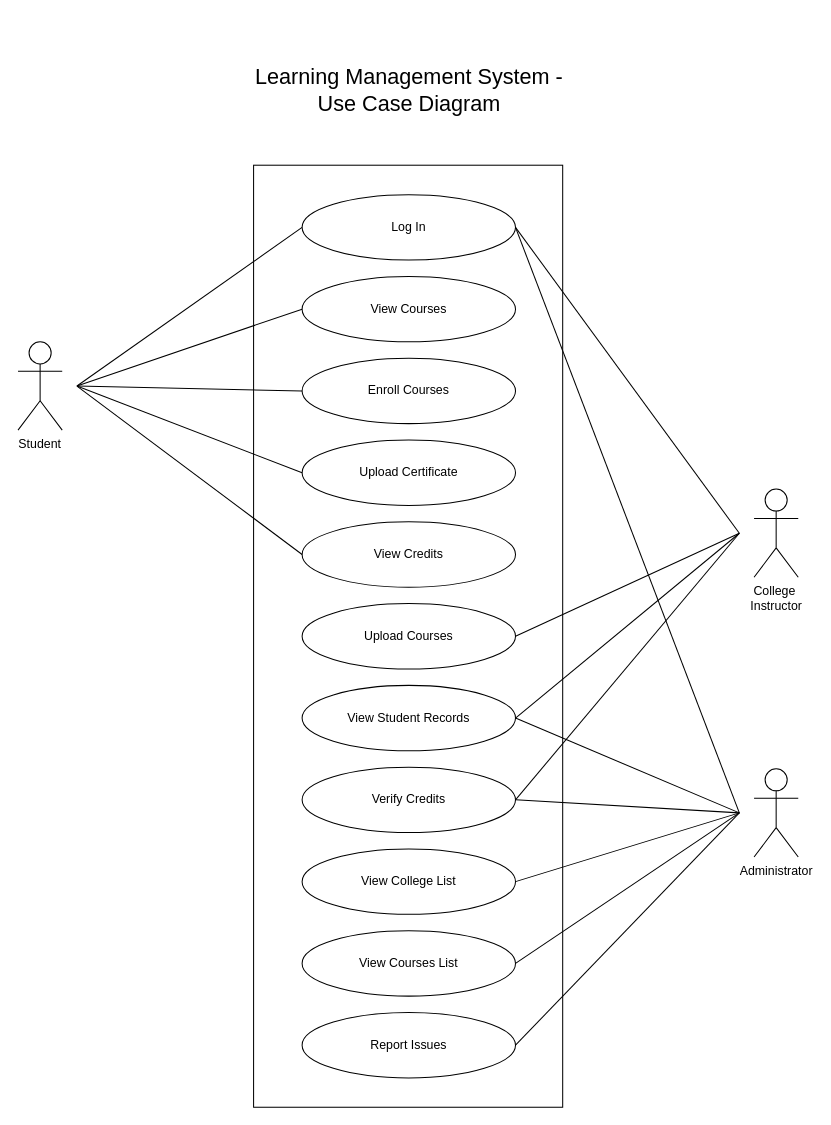
This is UMLUseCase.drawio from Zein-Zeus/MoodleLMS, a draw.io file, before an edit. Source tidied: cells renumbered, new cells numbered last; positions are measured from the earlier drawing's top-left corner, leaving out a move shared by most shapes. Both pictures are drawn from the tidied source at 103%, with x=0, y=0 at pixel (18, 18).
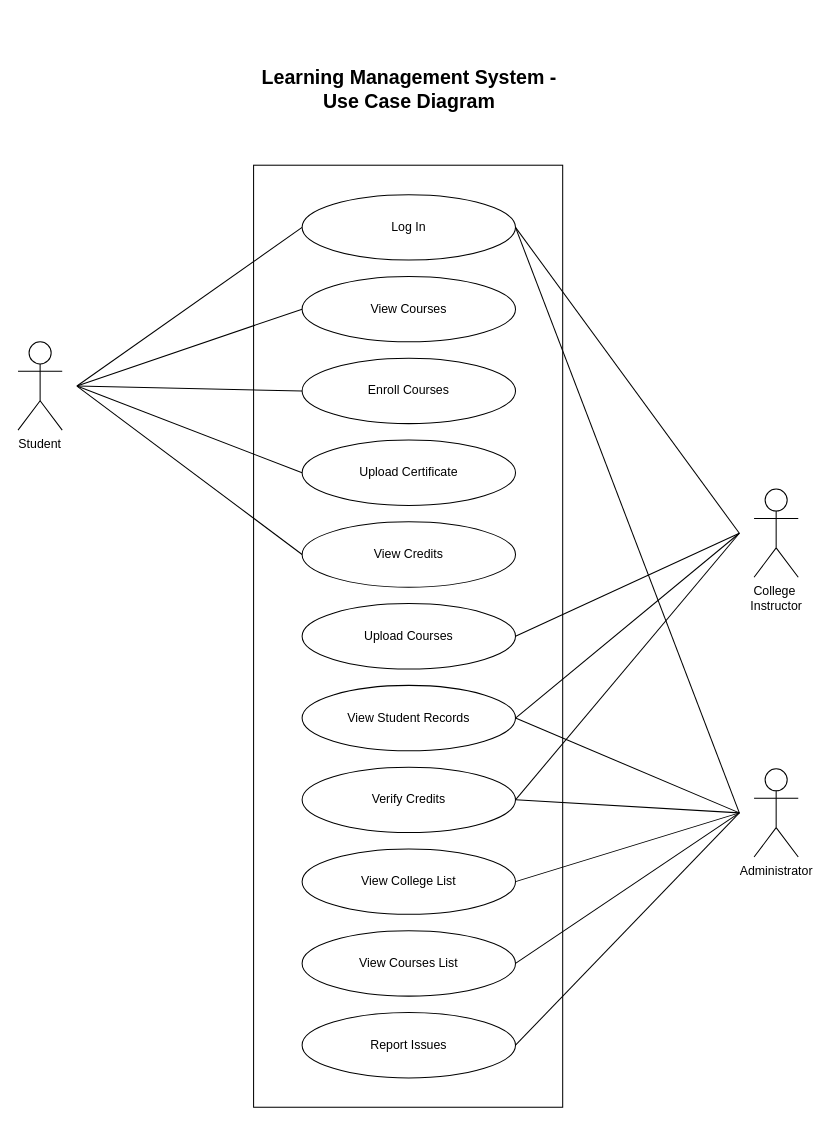
After the change.

Unchanged cells that the change refers to:
```xml
<mxCell id="2" style="group;" parent="1" vertex="1">
  <mxGeometry width="757.4" height="1057.5" as="geometry" />
</mxCell>
```

The edit, as a diff of the source:
```diff
@@
-    <mxCell id="34" value="&lt;font style=&quot;font-size: 21px;&quot;&gt;Learning Management System - Use Case Diagram&lt;/font&gt;" style="text;html=1;align=center;verticalAlign=middle;whiteSpace=wrap;rounded=0;fontSize=14;" parent="2" vertex="1">
+    <mxCell id="34" value="&lt;font style=&quot;font-size: 19px;&quot;&gt;Learning Management System - Use Case Diagram&lt;/font&gt;" style="text;html=1;align=center;verticalAlign=middle;whiteSpace=wrap;rounded=0;fontSize=19;fontStyle=1;" parent="2" vertex="1">
       <mxGeometry x="218.7" y="20" width="321.6" height="100" as="geometry" />
     </mxCell>
```
